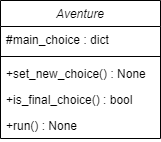
The draw.io diagram Diagramme_UML.drawio.png in Nini1551/T201_2TL1-5-L-pop-e-Textuelle-Jeu-d-Aventure-Textuel, before a commit. Source tidied: cells renumbered, new cells last; positions are measured from the earlier drawing's top-left corner, leaving out a move shared by most shapes. Its diagram source:
```xml
<mxGraphModel>
  <root>
    <mxCell id="0" />
    <mxCell id="1" parent="0" />
    <mxCell id="2" value="Aventure" style="swimlane;fontStyle=2;align=center;verticalAlign=top;horizontal=1;startSize=26;rounded=0;shadow=0;strokeWidth=1;" parent="1" vertex="1">
      <mxGeometry width="160" height="138" as="geometry" />
    </mxCell>
    <mxCell id="3" value="#main_choice : dict" style="text;align=left;verticalAlign=top;spacingLeft=4;spacingRight=4;overflow=hidden;" parent="2" vertex="1">
      <mxGeometry y="26" width="160" height="26" as="geometry" />
    </mxCell>
    <mxCell id="4" style="line;html=1;strokeWidth=1;align=left;verticalAlign=middle;spacingTop=-1;spacingLeft=3;spacingRight=3;labelPosition=right;" parent="2" vertex="1">
      <mxGeometry y="52" width="160" height="8" as="geometry" />
    </mxCell>
    <mxCell id="5" value="+set_new_choice() : None" style="text;align=left;verticalAlign=top;spacingLeft=4;spacingRight=4;overflow=hidden;" parent="2" vertex="1">
      <mxGeometry y="60" width="160" height="26" as="geometry" />
    </mxCell>
    <mxCell id="6" value="+is_final_choice() : bool" style="text;align=left;verticalAlign=top;spacingLeft=4;spacingRight=4;overflow=hidden;" parent="2" vertex="1">
      <mxGeometry y="86" width="160" height="26" as="geometry" />
    </mxCell>
    <mxCell id="7" value="+run() : None" style="text;align=left;verticalAlign=top;spacingLeft=4;spacingRight=4;overflow=hidden;" parent="2" vertex="1">
      <mxGeometry y="112" width="160" height="26" as="geometry" />
    </mxCell>
  </root>
</mxGraphModel>
```
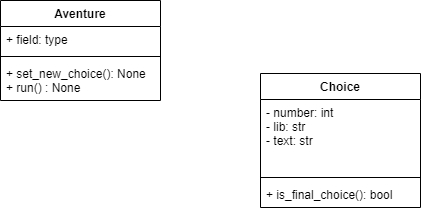
Later version of the same file.

Commit message:
Mettre à jour Diagramme_UML.png

What changed in the source:
```diff
@@ -2,23 +2,29 @@
   <root>
     <mxCell id="0" />
     <mxCell id="1" parent="0" />
+    <mxCell id="8" value="Choice" style="swimlane;fontStyle=1;align=center;verticalAlign=top;horizontal=1;startSize=26;" parent="1" vertex="1">
+      <mxGeometry x="260" y="73" width="160" height="134" as="geometry" />
+    </mxCell>
+    <mxCell id="9" value="- number: int&#10;- lib: str&#10;- text: str" style="text;strokeColor=none;fillColor=none;align=left;verticalAlign=top;spacingLeft=4;spacingRight=4;overflow=hidden;" parent="8" vertex="1">
+      <mxGeometry y="26" width="160" height="74" as="geometry" />
+    </mxCell>
+    <mxCell id="10" style="line;strokeWidth=1;fillColor=none;align=left;verticalAlign=middle;spacingTop=-1;spacingLeft=3;spacingRight=3;labelPosition=right;" parent="8" vertex="1">
+      <mxGeometry y="100" width="160" height="8" as="geometry" />
+    </mxCell>
+    <mxCell id="11" value="+ is_final_choice(): bool" style="text;strokeColor=none;fillColor=none;align=left;verticalAlign=top;spacingLeft=4;spacingRight=4;overflow=hidden;" parent="8" vertex="1">
+      <mxGeometry y="108" width="160" height="26" as="geometry" />
+    </mxCell>
-    <mxCell id="2" value="Aventure" style="swimlane;fontStyle=2;align=center;verticalAlign=top;horizontal=1;startSize=26;rounded=0;shadow=0;strokeWidth=1;" parent="1" vertex="1">
-      <mxGeometry width="160" height="138" as="geometry" />
+    <mxCell id="2" value="Aventure" style="swimlane;fontStyle=1;align=center;verticalAlign=top;horizontal=1;startSize=26;" parent="1" vertex="1">
+      <mxGeometry width="160" height="100" as="geometry" />
     </mxCell>
-    <mxCell id="3" value="#main_choice : dict" style="text;align=left;verticalAlign=top;spacingLeft=4;spacingRight=4;overflow=hidden;" parent="2" vertex="1">
-      <mxGeometry y="26" width="160" height="26" as="geometry" />
-    </mxCell>
-    <mxCell id="4" style="line;html=1;strokeWidth=1;align=left;verticalAlign=middle;spacingTop=-1;spacingLeft=3;spacingRight=3;labelPosition=right;" parent="2" vertex="1">
-      <mxGeometry y="52" width="160" height="8" as="geometry" />
-    </mxCell>
-    <mxCell id="5" value="+set_new_choice() : None" style="text;align=left;verticalAlign=top;spacingLeft=4;spacingRight=4;overflow=hidden;" parent="2" vertex="1">
-      <mxGeometry y="60" width="160" height="26" as="geometry" />
-    </mxCell>
-    <mxCell id="6" value="+is_final_choice() : bool" style="text;align=left;verticalAlign=top;spacingLeft=4;spacingRight=4;overflow=hidden;" parent="2" vertex="1">
-      <mxGeometry y="86" width="160" height="26" as="geometry" />
-    </mxCell>
-    <mxCell id="7" value="+run() : None" style="text;align=left;verticalAlign=top;spacingLeft=4;spacingRight=4;overflow=hidden;" parent="2" vertex="1">
-      <mxGeometry y="112" width="160" height="26" as="geometry" />
-    </mxCell>
+    <mxCell id="12" value="+ field: type" style="text;strokeColor=none;fillColor=none;align=left;verticalAlign=top;spacingLeft=4;spacingRight=4;overflow=hidden;" parent="2" vertex="1">
+      <mxGeometry y="26" width="160" height="26" as="geometry" />
+    </mxCell>
+    <mxCell id="13" style="line;strokeWidth=1;fillColor=none;align=left;verticalAlign=middle;spacingTop=-1;spacingLeft=3;spacingRight=3;labelPosition=right;" parent="2" vertex="1">
+      <mxGeometry y="52" width="160" height="8" as="geometry" />
+    </mxCell>
+    <mxCell id="14" value="+ set_new_choice(): None&#10;+ run() : None" style="text;strokeColor=none;fillColor=none;align=left;verticalAlign=top;spacingLeft=4;spacingRight=4;overflow=hidden;" parent="2" vertex="1">
+      <mxGeometry y="60" width="160" height="40" as="geometry" />
+    </mxCell>
   </root>
 </mxGraphModel>
```
